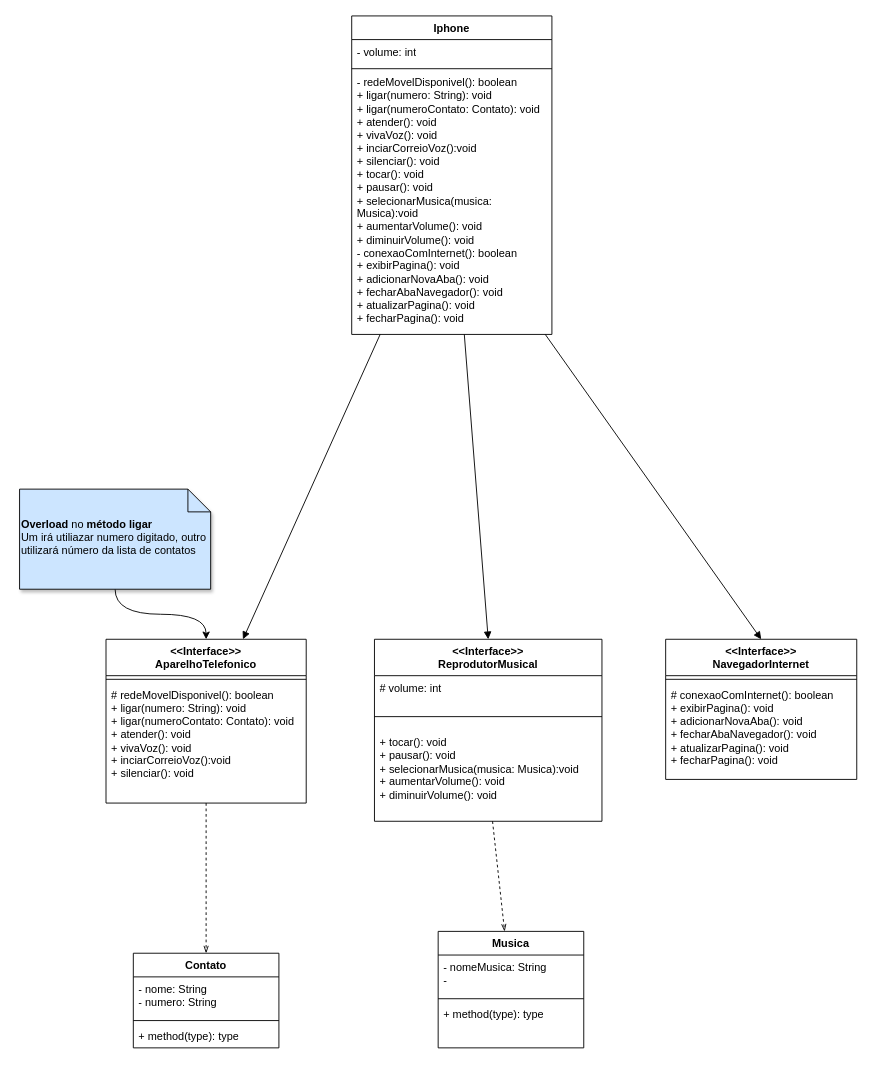
Before: Desafios/DesafioIphone/imgs/UML_Desafio_Iphone.drawio in LucasGFBatista/DIO-BOOTCAMPS, a draw.io diagram. Source tidied: cells renumbered, new cells numbered last; positions are measured from the earlier drawing's top-left corner, leaving out a move shared by most shapes. Both pictures are drawn from the tidied source at 91%, with x=0, y=0 at pixel (19, 15).
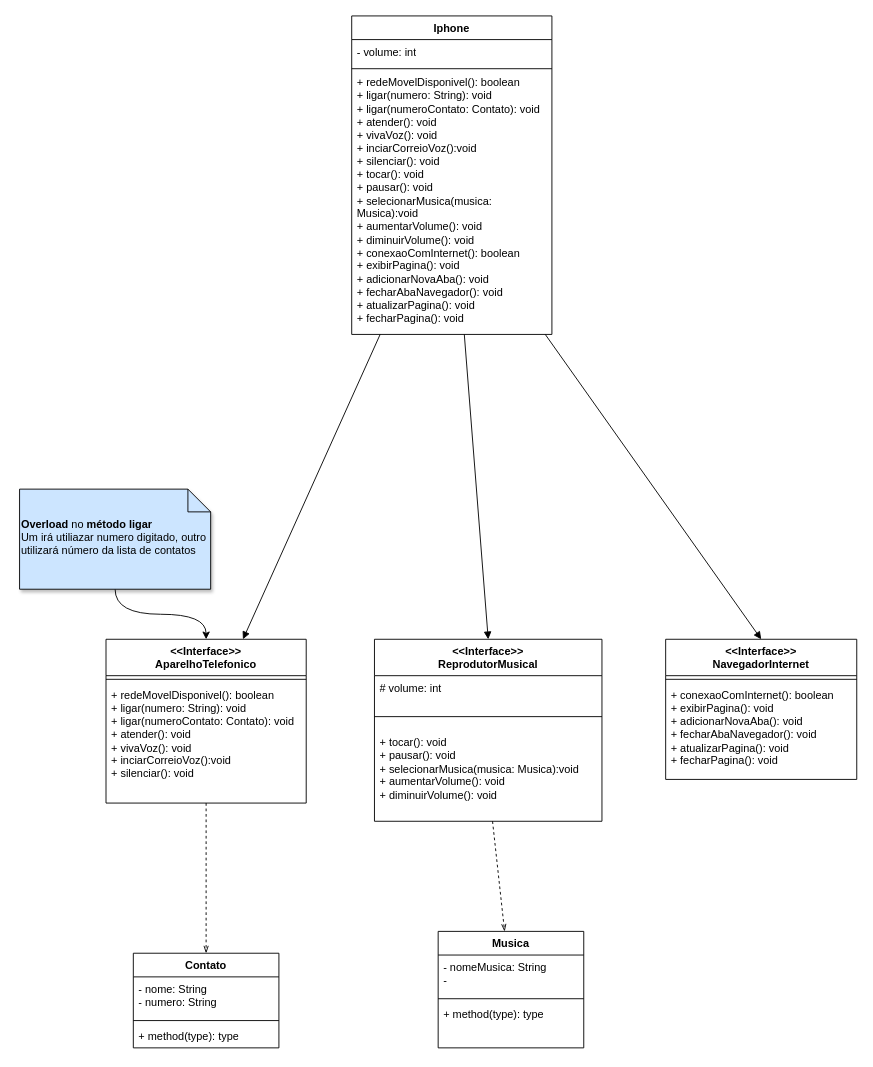
The same diagram, later.

Unchanged cells that the change refers to:
```xml
<mxCell id="4" value="Iphone" style="swimlane;fontStyle=1;align=center;verticalAlign=top;horizontal=1;startSize=26;whiteSpace=wrap;html=1;" parent="1" vertex="1">
  <mxGeometry x="365" width="220" height="350" as="geometry" />
</mxCell>
<mxCell id="13" value="&lt;div&gt;&amp;lt;&amp;lt;Interface&amp;gt;&amp;gt;&lt;/div&gt;&lt;div&gt;AparelhoTelefonico&lt;/div&gt;" style="swimlane;fontStyle=1;align=center;verticalAlign=top;horizontal=1;startSize=40;whiteSpace=wrap;html=1;" parent="1" vertex="1">
  <mxGeometry x="95" y="685" width="220" height="180" as="geometry" />
</mxCell>
<mxCell id="16" value="&lt;div&gt;&amp;lt;&amp;lt;Interface&amp;gt;&amp;gt;&lt;br&gt;NavegadorInternet&lt;/div&gt;" style="swimlane;fontStyle=1;align=center;verticalAlign=top;horizontal=1;startSize=40;whiteSpace=wrap;html=1;" parent="1" vertex="1">
  <mxGeometry x="710" y="685" width="210" height="154" as="geometry" />
</mxCell>
```

Change to the diagram source:
```diff
@@
-    <mxCell id="7" value="&lt;div&gt;&lt;div&gt;&lt;div&gt;&lt;div&gt;- redeMovelDisponivel(): boolean&lt;/div&gt;+ ligar(numero: String): void&lt;/div&gt;&lt;div&gt;+ ligar(numeroContato: Contato): void&lt;br&gt;&lt;div&gt;+ atender(): void&lt;/div&gt;&lt;div&gt;+ vivaVoz(): void&lt;/div&gt;&lt;div&gt;+ inciarCorreioVoz():void&lt;/div&gt;&lt;div&gt;+ silenciar(): void&lt;/div&gt;&lt;div&gt;+ tocar(): void&lt;div&gt;+ pausar(): void&lt;/div&gt;&lt;div&gt;+ selecionarMusica(musica: Musica):void&lt;/div&gt;&lt;div&gt;+ aumentarVolume(): void&lt;/div&gt;&lt;div&gt;+ diminuirVolume(): void&lt;/div&gt;&lt;/div&gt;&lt;/div&gt;&lt;/div&gt;&lt;/div&gt;&lt;div&gt;- conexaoComInternet(): boolean&lt;div&gt;+ exibirPagina(): void&lt;/div&gt;&lt;div&gt;+ adicionarNovaAba(): void&lt;/div&gt;&lt;div&gt;+ fecharAbaNavegador(): void&lt;/div&gt;&lt;div&gt;+ atualizarPagina(): void&lt;/div&gt;&lt;div&gt;+ fecharPagina(): void&lt;/div&gt;&lt;/div&gt;" style="text;strokeColor=none;fillColor=none;align=left;verticalAlign=top;spacingLeft=4;spacingRight=4;overflow=hidden;points=[[0,0.5],[1,0.5]];portConstraint=eastwest;whiteSpace=wrap;html=1;" parent="4" vertex="1">
+    <mxCell id="7" value="&lt;div&gt;&lt;div&gt;&lt;div&gt;&lt;div&gt;+ redeMovelDisponivel(): boolean&lt;/div&gt;+ ligar(numero: String): void&lt;/div&gt;&lt;div&gt;+ ligar(numeroContato: Contato): void&lt;br&gt;&lt;div&gt;+ atender(): void&lt;/div&gt;&lt;div&gt;+ vivaVoz(): void&lt;/div&gt;&lt;div&gt;+ inciarCorreioVoz():void&lt;/div&gt;&lt;div&gt;+ silenciar(): void&lt;/div&gt;&lt;div&gt;+ tocar(): void&lt;div&gt;+ pausar(): void&lt;/div&gt;&lt;div&gt;+ selecionarMusica(musica: Musica):void&lt;/div&gt;&lt;div&gt;+ aumentarVolume(): void&lt;/div&gt;&lt;div&gt;+ diminuirVolume(): void&lt;/div&gt;&lt;/div&gt;&lt;/div&gt;&lt;/div&gt;&lt;/div&gt;&lt;div&gt;+ conexaoComInternet(): boolean&lt;div&gt;+ exibirPagina(): void&lt;/div&gt;&lt;div&gt;+ adicionarNovaAba(): void&lt;/div&gt;&lt;div&gt;+ fecharAbaNavegador(): void&lt;/div&gt;&lt;div&gt;+ atualizarPagina(): void&lt;/div&gt;&lt;div&gt;+ fecharPagina(): void&lt;/div&gt;&lt;/div&gt;" style="text;strokeColor=none;fillColor=none;align=left;verticalAlign=top;spacingLeft=4;spacingRight=4;overflow=hidden;points=[[0,0.5],[1,0.5]];portConstraint=eastwest;whiteSpace=wrap;html=1;" parent="4" vertex="1">
       <mxGeometry y="60" width="220" height="290" as="geometry" />
     </mxCell>
@@
-    <mxCell id="15" value="&lt;div&gt;&lt;div&gt;# redeMovelDisponivel(): boolean&lt;/div&gt;+ ligar(numero: String): void&lt;/div&gt;&lt;div&gt;+ ligar(numeroContato: Contato): void&lt;br&gt;&lt;div&gt;+ atender(): void&lt;/div&gt;&lt;div&gt;+ vivaVoz(): void&lt;/div&gt;&lt;div&gt;+ inciarCorreioVoz():void&lt;/div&gt;&lt;div&gt;+ silenciar(): void&lt;/div&gt;&lt;div&gt;&lt;br&gt;&lt;/div&gt;&lt;/div&gt;" style="text;strokeColor=none;fillColor=none;align=left;verticalAlign=top;spacingLeft=4;spacingRight=4;overflow=hidden;whiteSpace=wrap;html=1;" parent="13" vertex="1">
+    <mxCell id="15" value="&lt;div&gt;&lt;div&gt;+ redeMovelDisponivel(): boolean&lt;/div&gt;+ ligar(numero: String): void&lt;/div&gt;&lt;div&gt;+ ligar(numeroContato: Contato): void&lt;br&gt;&lt;div&gt;+ atender(): void&lt;/div&gt;&lt;div&gt;+ vivaVoz(): void&lt;/div&gt;&lt;div&gt;+ inciarCorreioVoz():void&lt;/div&gt;&lt;div&gt;+ silenciar(): void&lt;/div&gt;&lt;div&gt;&lt;br&gt;&lt;/div&gt;&lt;/div&gt;" style="text;strokeColor=none;fillColor=none;align=left;verticalAlign=top;spacingLeft=4;spacingRight=4;overflow=hidden;whiteSpace=wrap;html=1;" parent="13" vertex="1">
       <mxGeometry y="48" width="220" height="132" as="geometry" />
     </mxCell>
@@
-    <mxCell id="18" value="# conexaoComInternet(): boolean&lt;div&gt;+ exibirPagina(): void&lt;/div&gt;&lt;div&gt;+ adicionarNovaAba(): void&lt;/div&gt;&lt;div&gt;+ fecharAbaNavegador(): void&lt;/div&gt;&lt;div&gt;+ atualizarPagina(): void&lt;/div&gt;&lt;div&gt;+ fecharPagina(): void&lt;/div&gt;" style="text;strokeColor=none;fillColor=none;align=left;verticalAlign=top;spacingLeft=4;spacingRight=4;overflow=hidden;whiteSpace=wrap;html=1;" parent="16" vertex="1">
+    <mxCell id="18" value="+ conexaoComInternet(): boolean&lt;div&gt;+ exibirPagina(): void&lt;/div&gt;&lt;div&gt;+ adicionarNovaAba(): void&lt;/div&gt;&lt;div&gt;+ fecharAbaNavegador(): void&lt;/div&gt;&lt;div&gt;+ atualizarPagina(): void&lt;/div&gt;&lt;div&gt;+ fecharPagina(): void&lt;/div&gt;" style="text;strokeColor=none;fillColor=none;align=left;verticalAlign=top;spacingLeft=4;spacingRight=4;overflow=hidden;whiteSpace=wrap;html=1;" parent="16" vertex="1">
       <mxGeometry y="48" width="210" height="106" as="geometry" />
     </mxCell>
```
